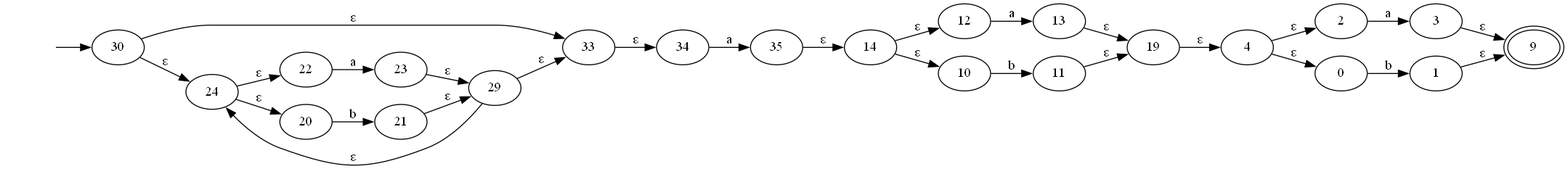
Before: test-output/round-table.gv.png, a diagram exported from Graphviz (JuanDiegoAvila/Laboratorio_Compiladores). Its source is kept beside it as test-output/round-table.gv.
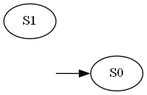
The same diagram one commit later.

What changed in the source:
```diff
@@ -1,53 +1,7 @@
 digraph {
 	graph [rankdir=LR]
 	inicio [label="" shape=none]
-	30
-	inicio -> 30
-	30 -> 33 [label="ε"]
-	30 -> 24 [label="ε"]
-	33
-	33 -> 34 [label="ε"]
-	24
-	24 -> 22 [label="ε"]
-	24 -> 20 [label="ε"]
-	34
-	34 -> 35 [label=a]
-	22
-	22 -> 23 [label=a]
-	20
-	20 -> 21 [label=b]
-	35
-	35 -> 14 [label="ε"]
-	23
-	23 -> 29 [label="ε"]
-	21
-	21 -> 29 [label="ε"]
-	14
-	14 -> 12 [label="ε"]
-	14 -> 10 [label="ε"]
-	29
-	29 -> 24 [label="ε"]
-	29 -> 33 [label="ε"]
-	12
-	12 -> 13 [label=a]
-	10
-	10 -> 11 [label=b]
-	13
-	13 -> 19 [label="ε"]
-	11
-	11 -> 19 [label="ε"]
-	19
-	19 -> 4 [label="ε"]
-	4
-	4 -> 2 [label="ε"]
-	4 -> 0 [label="ε"]
-	2
-	2 -> 3 [label=a]
-	0
-	0 -> 1 [label=b]
-	3
-	3 -> 9 [label="ε"]
-	1
-	1 -> 9 [label="ε"]
-	9 [peripheries=2]
+	S0
+	inicio -> S0
+	S1
 }
```
